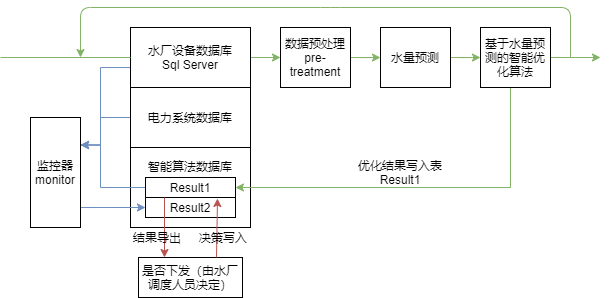
Before: project_structure.png, a diagram exported from draw.io (MAZiqing/ai_water_quality_yizhuang). Source tidied: cells renumbered, new cells last; positions are measured from the earlier drawing's top-left corner, leaving out a move shared by most shapes.
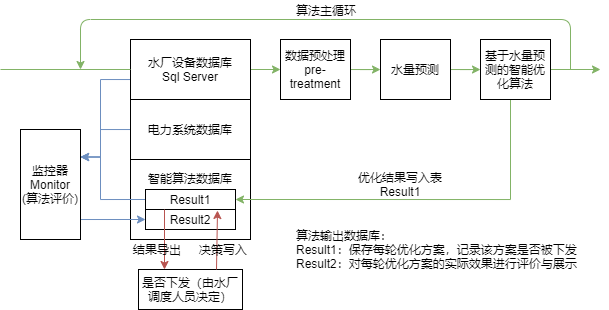
Later version of the same file.

Change to the diagram source:
```diff
@@ -44,8 +44,8 @@
         </Array>
       </mxGeometry>
     </mxCell>
-    <mxCell id="11" value="监控器&lt;br&gt;monitor" style="rounded=0;whiteSpace=wrap;html=1;" parent="1" vertex="1">
-      <mxGeometry x="30" y="110" width="50" height="110" as="geometry" />
+    <mxCell id="11" value="监控器&lt;br&gt;Monitor&lt;br&gt;(算法评价)" style="rounded=0;whiteSpace=wrap;html=1;" parent="1" vertex="1">
+      <mxGeometry x="20" y="110" width="60" height="110" as="geometry" />
     </mxCell>
     <mxCell id="12" style="edgeStyle=orthogonalEdgeStyle;rounded=0;jettySize=auto;html=1;exitX=0;exitY=0.5;exitDx=0;exitDy=0;entryX=1;entryY=0.25;entryDx=0;entryDy=0;fillColor=#dae8fc;strokeColor=#6c8ebf;" parent="1" edge="1" source="13" target="11">
       <mxGeometry relative="1" as="geometry">
@@ -123,5 +123,11 @@
     <mxCell id="27" value="&lt;span style=&quot;font-size: 11px&quot;&gt;决策写入&lt;/span&gt;" style="text;html=1;strokeColor=none;fillColor=none;align=center;verticalAlign=middle;whiteSpace=wrap;rounded=0;" parent="1" vertex="1">
       <mxGeometry x="196" y="220" width="54" height="20" as="geometry" />
     </mxCell>
+    <mxCell id="28" value="算法主循环" style="text;html=1;strokeColor=none;fillColor=none;align=center;verticalAlign=middle;whiteSpace=wrap;rounded=0;" parent="1" vertex="1">
+      <mxGeometry x="276" y="-19" width="100" height="20" as="geometry" />
+    </mxCell>
+    <mxCell id="29" value="算法输出数据库：&lt;br&gt;Result1：保存每轮优化方案，记录该方案是否被下发&lt;br&gt;Result2：对每轮优化方案的实际效果进行评价与展示" style="text;html=1;strokeColor=none;fillColor=none;align=left;verticalAlign=middle;whiteSpace=wrap;rounded=0;" parent="1" vertex="1">
+      <mxGeometry x="294" y="220" width="290" height="20" as="geometry" />
+    </mxCell>
   </root>
 </mxGraphModel>
```
